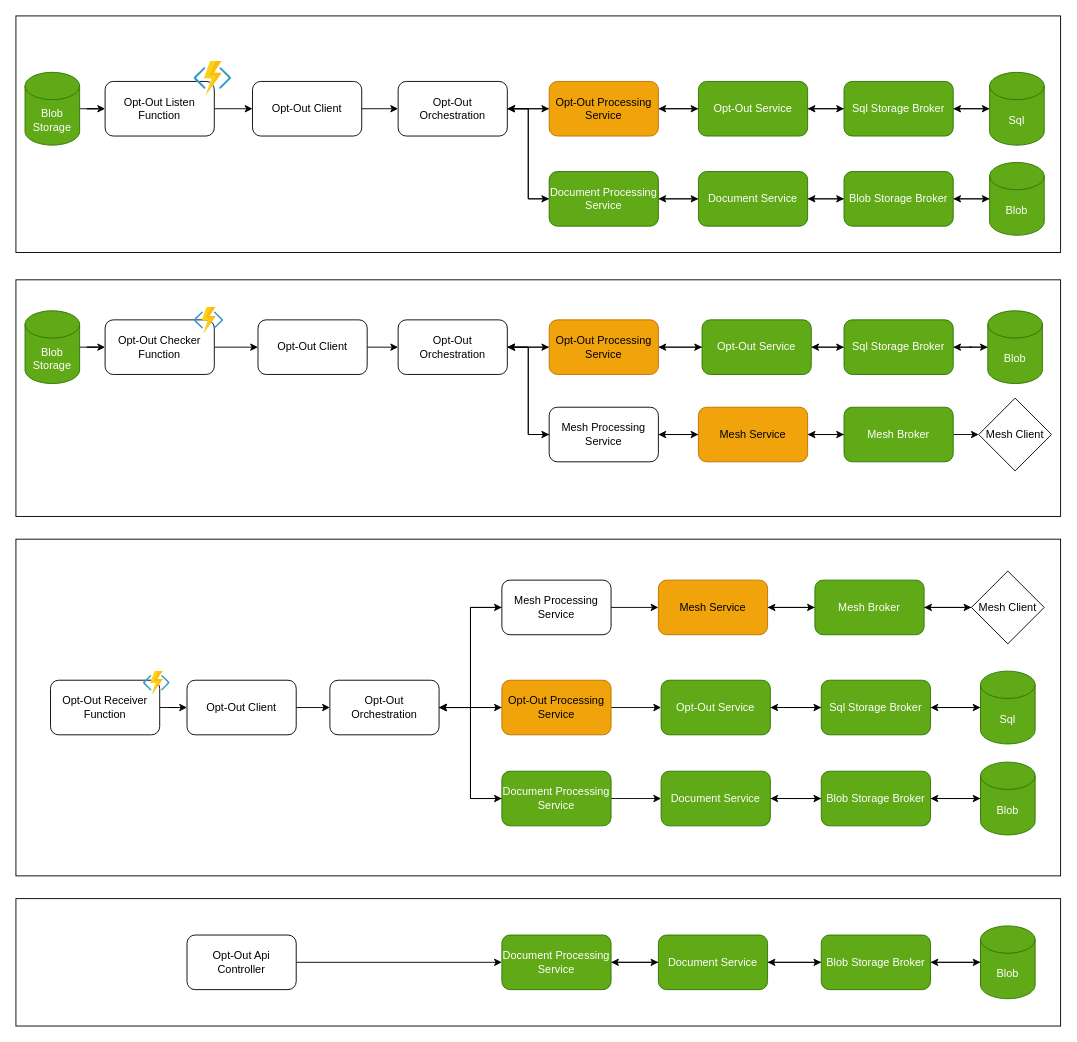
This is Documentation/Opt-Out/Opt-out.drawio from NHSISL/LondonDataServices, a draw.io file, before an edit. Source tidied: cells renumbered, new cells numbered last; positions are measured from the earlier drawing's top-left corner, leaving out a move shared by most shapes. Both pictures are drawn from the tidied source at 91%, with x=0, y=0 at pixel (15, 15).
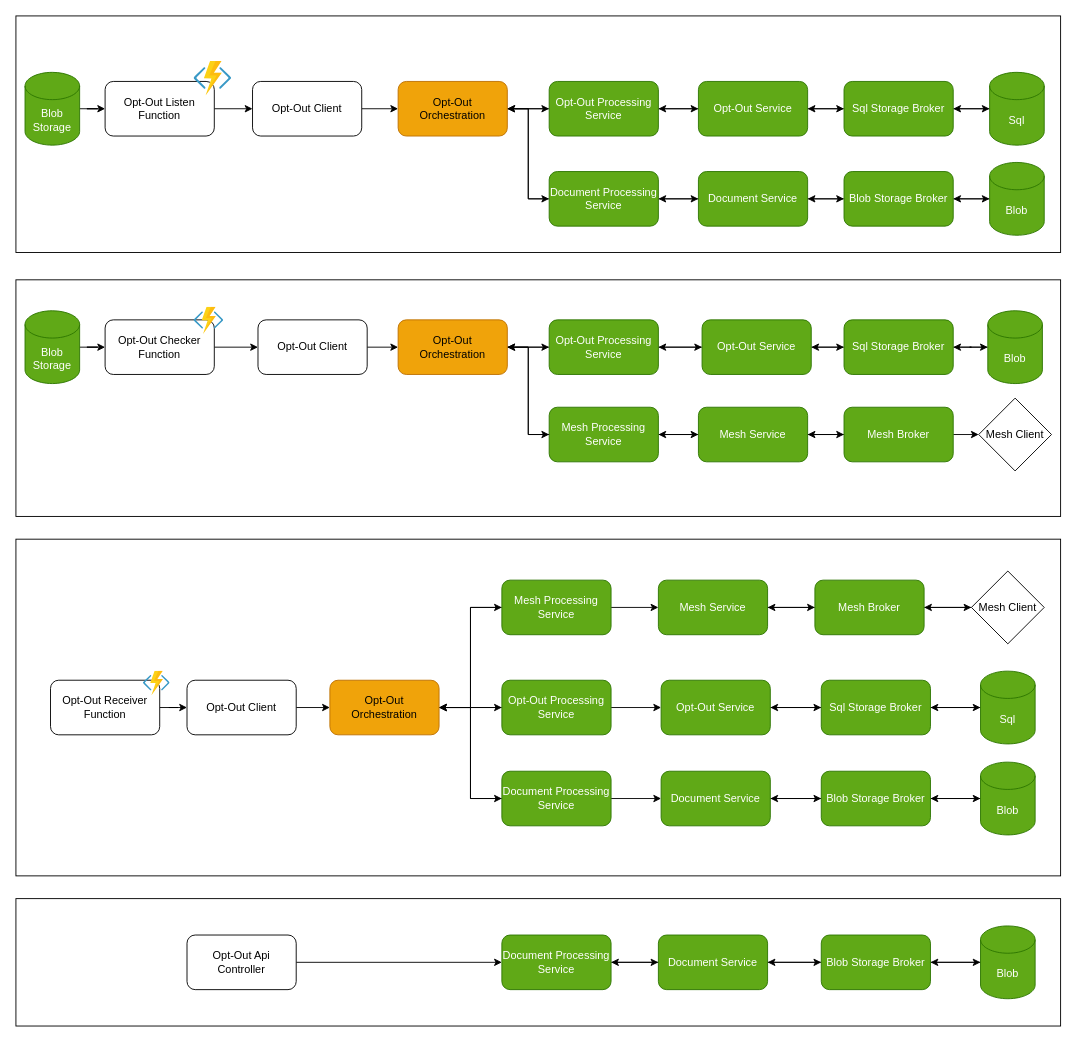
After the change.

Change to the diagram source:
```diff
@@
-    <mxCell id="13" value="Opt-Out Orchestration" style="rounded=1;whiteSpace=wrap;html=1;" parent="1" vertex="1">
+    <mxCell id="13" value="Opt-Out Orchestration" style="rounded=1;whiteSpace=wrap;html=1;fillColor=#f0a30a;fontColor=#000000;strokeColor=#BD7000;" parent="1" vertex="1">
       <mxGeometry x="420" y="72" width="120" height="60" as="geometry" />
     </mxCell>
@@
-    <mxCell id="20" value="Opt-Out Orchestration" style="rounded=1;whiteSpace=wrap;html=1;" parent="1" vertex="1">
+    <mxCell id="20" value="Opt-Out Orchestration" style="rounded=1;whiteSpace=wrap;html=1;fillColor=#f0a30a;fontColor=#000000;strokeColor=#BD7000;" parent="1" vertex="1">
       <mxGeometry x="345" y="730" width="120" height="60" as="geometry" />
     </mxCell>
@@
-    <mxCell id="22" value="Mesh Service" style="rounded=1;whiteSpace=wrap;html=1;fillColor=#f0a30a;fontColor=#000000;strokeColor=#BD7000;" parent="1" vertex="1">
+    <mxCell id="22" value="Mesh Service" style="rounded=1;whiteSpace=wrap;html=1;fillColor=#60a917;fontColor=#ffffff;strokeColor=#2D7600;" parent="1" vertex="1">
       <mxGeometry x="706" y="620" width="120" height="60" as="geometry" />
     </mxCell>
@@
-    <mxCell id="62" value="Opt-Out Processing Service" style="rounded=1;whiteSpace=wrap;html=1;fillColor=#f0a30a;fontColor=#000000;strokeColor=#BD7000;" parent="1" vertex="1">
+    <mxCell id="62" value="Opt-Out Processing Service" style="rounded=1;whiteSpace=wrap;html=1;fillColor=#60a917;fontColor=#ffffff;strokeColor=#2D7600;" parent="1" vertex="1">
       <mxGeometry x="586" y="72" width="120" height="60" as="geometry" />
     </mxCell>
@@
-    <mxCell id="65" value="Mesh Service" style="rounded=1;whiteSpace=wrap;html=1;fillColor=#f0a30a;fontColor=#000000;strokeColor=#BD7000;" parent="1" vertex="1">
+    <mxCell id="65" value="Mesh Service" style="rounded=1;whiteSpace=wrap;html=1;fillColor=#60a917;fontColor=#ffffff;strokeColor=#2D7600;" parent="1" vertex="1">
       <mxGeometry x="750" y="430" width="120" height="60" as="geometry" />
     </mxCell>
@@
-    <mxCell id="71" value="Mesh Processing Service" style="rounded=1;whiteSpace=wrap;html=1;" parent="1" vertex="1">
+    <mxCell id="71" value="Mesh Processing Service" style="rounded=1;whiteSpace=wrap;html=1;fillColor=#60a917;fontColor=#ffffff;strokeColor=#2D7600;" parent="1" vertex="1">
       <mxGeometry x="586" y="430" width="120" height="60" as="geometry" />
     </mxCell>
@@
-    <mxCell id="90" value="Opt-Out Orchestration" style="rounded=1;whiteSpace=wrap;html=1;" parent="1" vertex="1">
+    <mxCell id="90" value="Opt-Out Orchestration" style="rounded=1;whiteSpace=wrap;html=1;fillColor=#f0a30a;fontColor=#000000;strokeColor=#BD7000;" parent="1" vertex="1">
       <mxGeometry x="420" y="334" width="120" height="60" as="geometry" />
     </mxCell>
@@
-    <mxCell id="101" value="Opt-Out Processing Service" style="rounded=1;whiteSpace=wrap;html=1;fillColor=#f0a30a;fontColor=#000000;strokeColor=#BD7000;" parent="1" vertex="1">
+    <mxCell id="101" value="Opt-Out Processing Service" style="rounded=1;whiteSpace=wrap;html=1;fillColor=#60a917;fontColor=#ffffff;strokeColor=#2D7600;" parent="1" vertex="1">
       <mxGeometry x="586" y="334" width="120" height="60" as="geometry" />
     </mxCell>
@@
-    <mxCell id="105" value="Mesh Processing Service" style="rounded=1;whiteSpace=wrap;html=1;" parent="1" vertex="1">
+    <mxCell id="105" value="Mesh Processing Service" style="rounded=1;whiteSpace=wrap;html=1;fillColor=#60a917;fontColor=#ffffff;strokeColor=#2D7600;" parent="1" vertex="1">
       <mxGeometry x="534" y="620" width="120" height="60" as="geometry" />
     </mxCell>
@@
-    <mxCell id="108" value="Opt-Out Processing Service" style="rounded=1;whiteSpace=wrap;html=1;fillColor=#f0a30a;fontColor=#000000;strokeColor=#BD7000;" parent="1" vertex="1">
+    <mxCell id="108" value="Opt-Out Processing Service" style="rounded=1;whiteSpace=wrap;html=1;fillColor=#60a917;fontColor=#ffffff;strokeColor=#2D7600;" parent="1" vertex="1">
       <mxGeometry x="534" y="730" width="120" height="60" as="geometry" />
     </mxCell>
```
